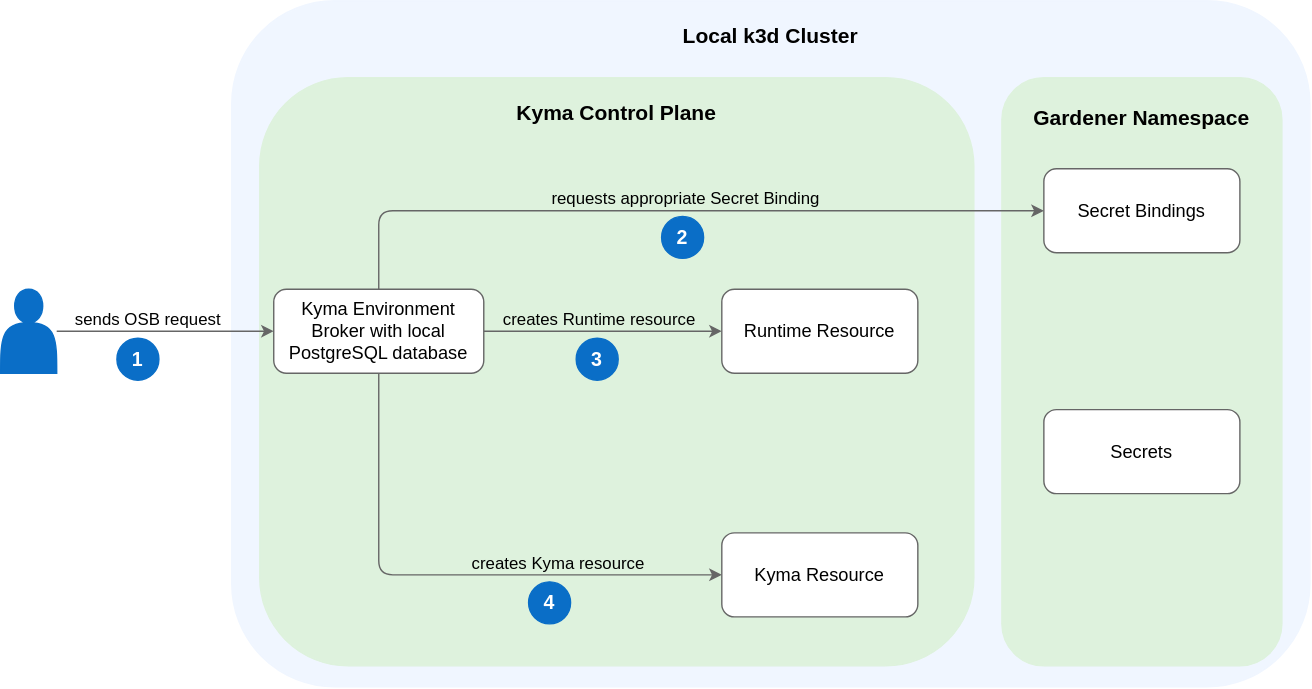
Before: docs/assets/local-keb-arch.drawio.svg, a diagram exported from draw.io (kyma-project/kyma-environment-broker). Source tidied: cells renumbered, new cells last; positions are measured from the earlier drawing's top-left corner, leaving out a move shared by most shapes.
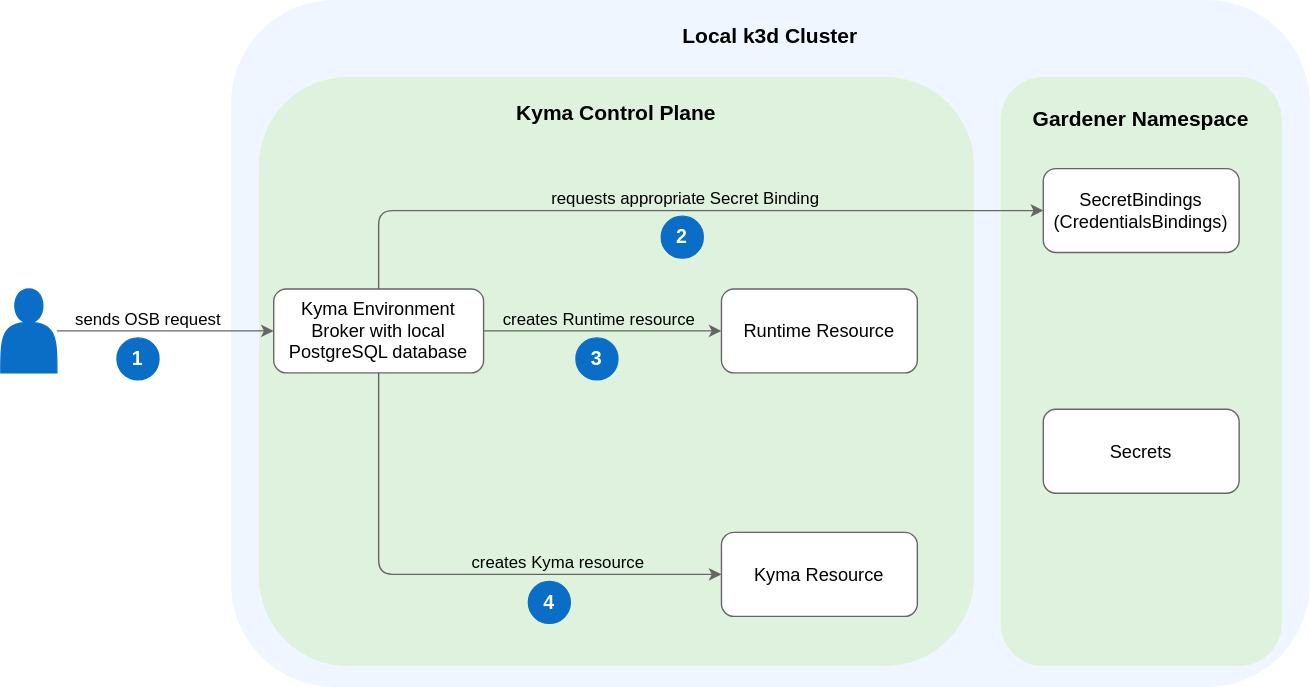
After the change.

The edit, as a diff of the source:
```diff
@@ -65,7 +65,7 @@
     <mxCell id="20" value="&lt;span style=&quot;font-size: 13px;&quot;&gt;Kyma Resource&lt;/span&gt;" style="rounded=1;whiteSpace=wrap;html=1;strokeColor=#666666;" parent="1" vertex="1">
       <mxGeometry x="515" y="380" width="140" height="60" as="geometry" />
     </mxCell>
-    <mxCell id="21" value="&lt;span style=&quot;font-size: 13px;&quot;&gt;Secret Bindings&lt;/span&gt;" style="rounded=1;whiteSpace=wrap;html=1;strokeColor=#666666;" parent="1" vertex="1">
+    <mxCell id="21" value="&lt;span style=&quot;font-size: 13px;&quot;&gt;SecretBindings&lt;/span&gt;&lt;div&gt;&lt;span style=&quot;font-size: 13px;&quot;&gt;(Credentials&lt;/span&gt;&lt;span style=&quot;font-size: 13px; background-color: initial;&quot;&gt;Bindings)&lt;/span&gt;&lt;/div&gt;" style="rounded=1;whiteSpace=wrap;html=1;strokeColor=#666666;" parent="1" vertex="1">
       <mxGeometry x="745" y="120" width="140" height="60" as="geometry" />
     </mxCell>
     <mxCell id="22" value="&lt;span style=&quot;font-size: 13px;&quot;&gt;Secrets&lt;/span&gt;" style="rounded=1;whiteSpace=wrap;html=1;strokeColor=#666666;" parent="1" vertex="1">
```
